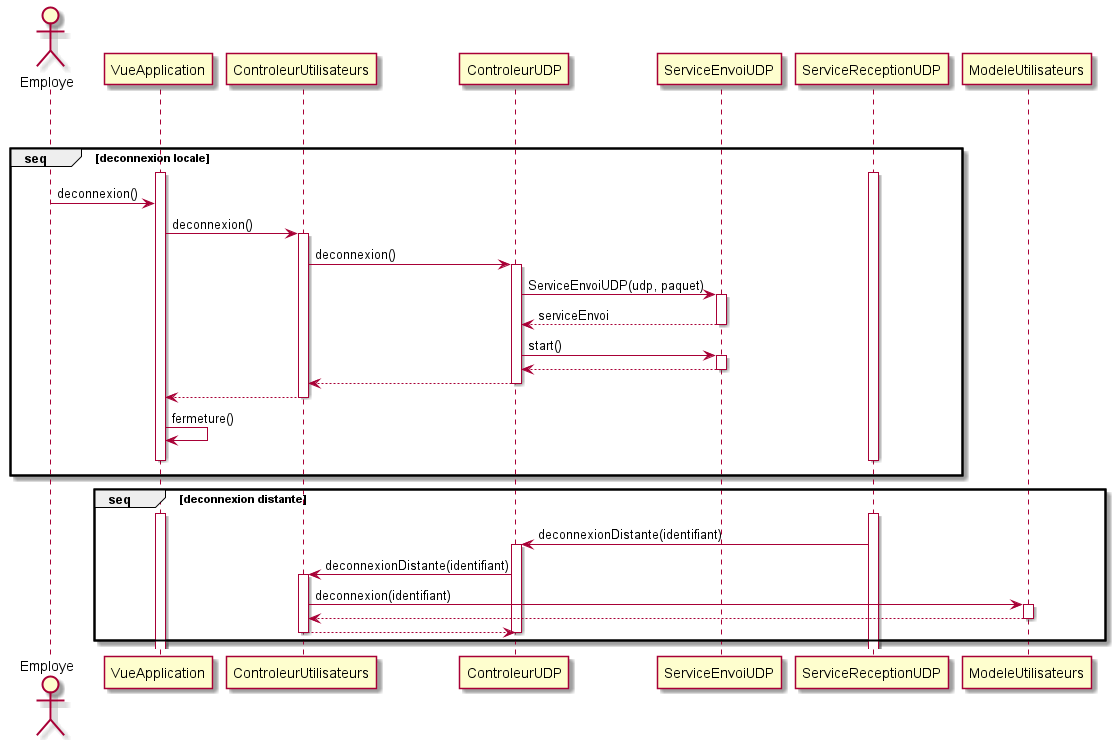
Before: sequence/deconnexion.png, a diagram exported from PlantUML (arc-hugo/clavardage_uml).
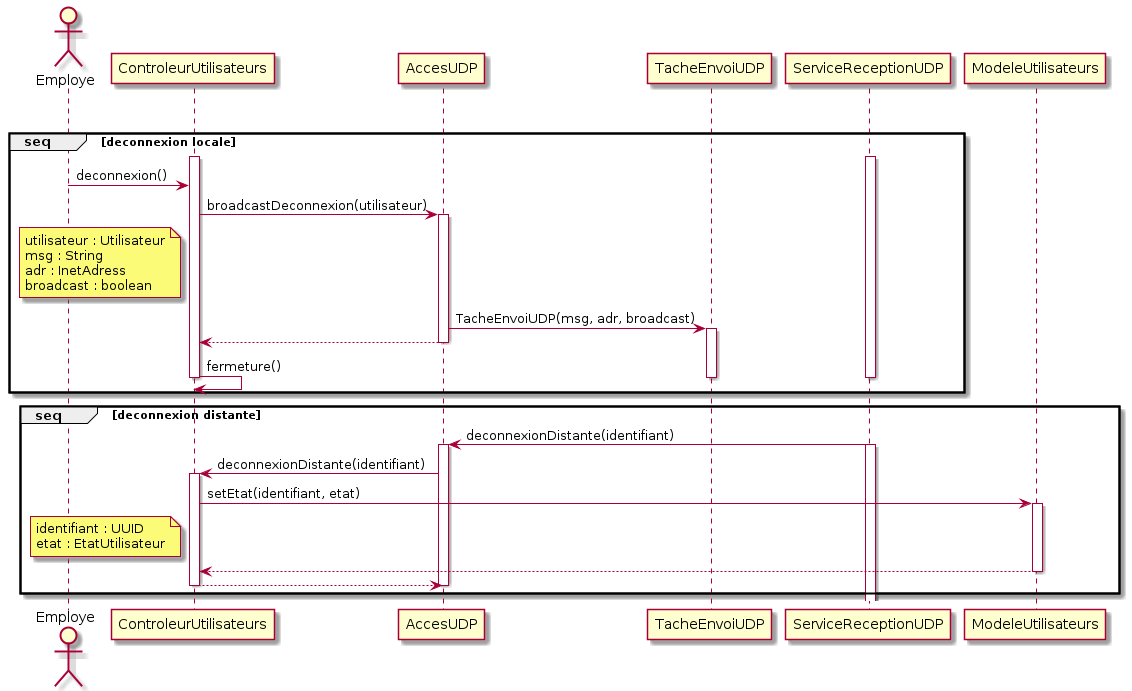
Later version of the same file.

Diff of the diagram source:
```diff
@@ -1,48 +1,45 @@
-@startuml Deconnexion
+@startuml deconnexion
 actor Employe
-VueApplication [hidden]-> ControleurUtilisateurs
-VueApplication [hidden]-> ControleurUDP
-VueApplication [hidden]-> ServiceEnvoiUDP
+ControleurUtilisateurs [hidden]-> AccesUDP
+ControleurUtilisateurs [hidden]-> TacheEnvoiUDP
 group seq [deconnexion locale]
-    VueApplication [hidden]-> ServiceReceptionUDP
-    activate VueApplication
+    ControleurUtilisateurs [hidden]-> ServiceReceptionUDP
+    activate ControleurUtilisateurs
     activate ServiceReceptionUDP
-    Employe -> VueApplication : deconnexion()
-    VueApplication -> ControleurUtilisateurs : deconnexion()
-    activate ControleurUtilisateurs
-    ControleurUtilisateurs -> ControleurUDP : deconnexion()
-    activate ControleurUDP
-    ControleurUDP -> ServiceEnvoiUDP : ServiceEnvoiUDP(udp, paquet)
-    activate ServiceEnvoiUDP
-    ServiceEnvoiUDP --> ControleurUDP : serviceEnvoi
-    deactivate ServiceEnvoiUDP
-    ControleurUDP -> ServiceEnvoiUDP : start()
-    activate ServiceEnvoiUDP
-    ServiceEnvoiUDP --> ControleurUDP
-    deactivate ServiceEnvoiUDP
-    ControleurUDP --> ControleurUtilisateurs
-    deactivate ControleurUDP
-    ControleurUtilisateurs --> VueApplication
+    Employe -> ControleurUtilisateurs : deconnexion()
+    ControleurUtilisateurs -> AccesUDP : broadcastDeconnexion(utilisateur)
+    note left of ControleurUtilisateurs
+    utilisateur : Utilisateur
+    msg : String
+    adr : InetAdress
+    broadcast : boolean
+    end note
+    activate AccesUDP
+    AccesUDP -> TacheEnvoiUDP : TacheEnvoiUDP(msg, adr, broadcast)
+    activate TacheEnvoiUDP
+    AccesUDP --> ControleurUtilisateurs
+    deactivate AccesUDP
+    ControleurUtilisateurs -> ControleurUtilisateurs : fermeture()
+    deactivate ServiceReceptionUDP
+    deactivate TacheEnvoiUDP
     deactivate ControleurUtilisateurs
-    VueApplication -> VueApplication : fermeture()
-    VueApplication [hidden]-> VueApplication
-    deactivate ServiceReceptionUDP
-    deactivate VueApplication
 end
 group seq [deconnexion distante]
-    VueApplication [hidden]-> ControleurUtilisateurs
-    activate VueApplication
+    ServiceReceptionUDP -> AccesUDP : deconnexionDistante(identifiant)
     activate ServiceReceptionUDP
-    ServiceReceptionUDP -> ControleurUDP : deconnexionDistante(identifiant)
-    activate ControleurUDP
-    ControleurUDP -> ControleurUtilisateurs : deconnexionDistante(identifiant)
+    activate AccesUDP
+    AccesUDP -> ControleurUtilisateurs : deconnexionDistante(identifiant)
     activate ControleurUtilisateurs
-    ControleurUtilisateurs -> ModeleUtilisateurs : deconnexion(identifiant)
+    ControleurUtilisateurs -> ModeleUtilisateurs : setEtat(identifiant, etat)
+    note left of ControleurUtilisateurs
+    identifiant : UUID
+    etat : EtatUtilisateur
+    end note
     activate ModeleUtilisateurs
     ModeleUtilisateurs --> ControleurUtilisateurs
     deactivate ModeleUtilisateurs
-    ControleurUtilisateurs --> ControleurUDP
+    ControleurUtilisateurs --> AccesUDP
     deactivate ControleurUtilisateurs
-    deactivate ControleurUDP
+    deactivate AccesUDP
 end
 @enduml
```
